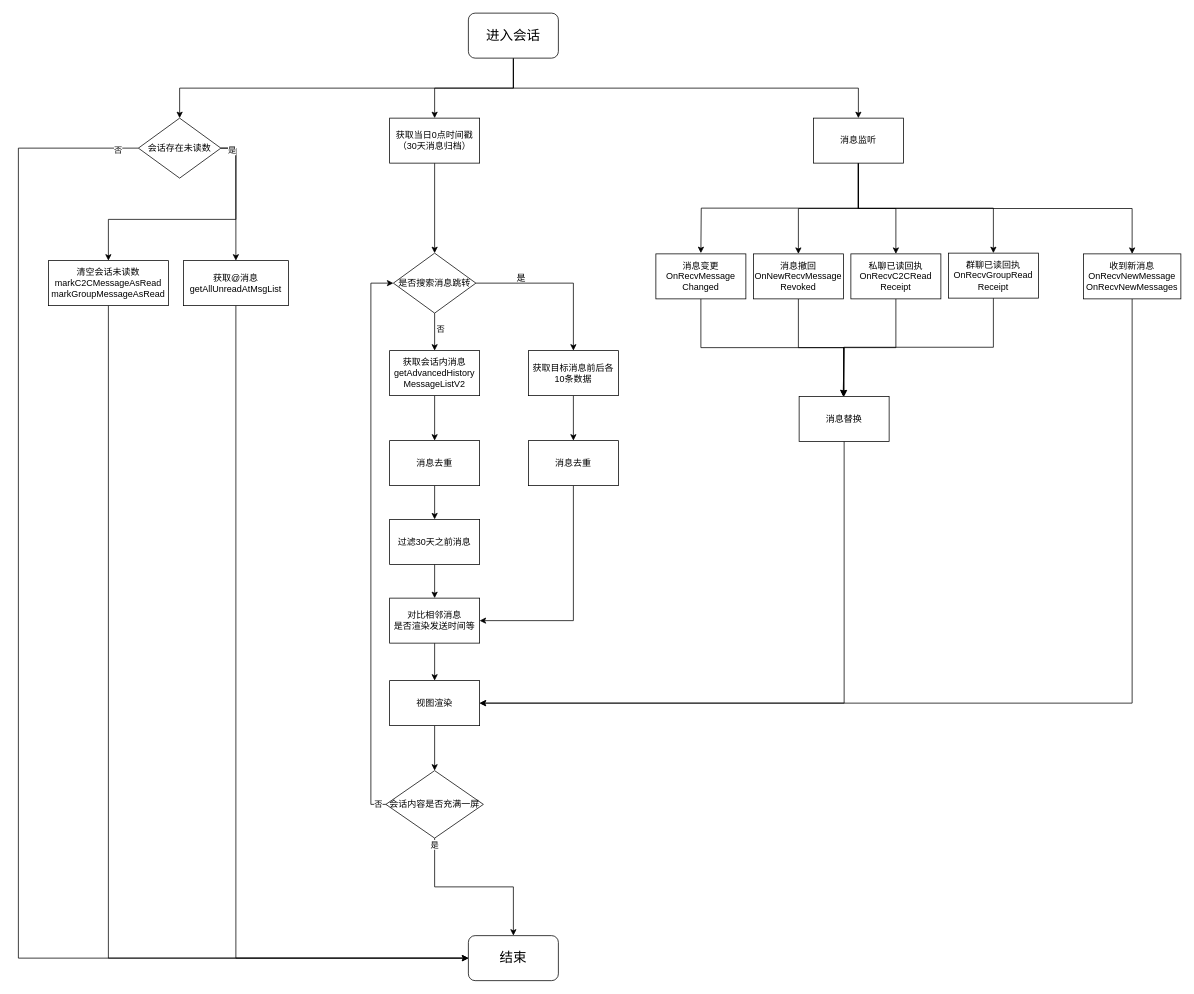
grguang/Hamburg keeps this draw.io diagram as src/Im首屏消息.drawio. Above is the earlier version. Source tidied: cells renumbered, new cells numbered last; positions are measured from the earlier drawing's top-left corner, leaving out a move shared by most shapes. Both pictures are drawn from the tidied source at 75%, with x=0, y=0 at pixel (18, 13).
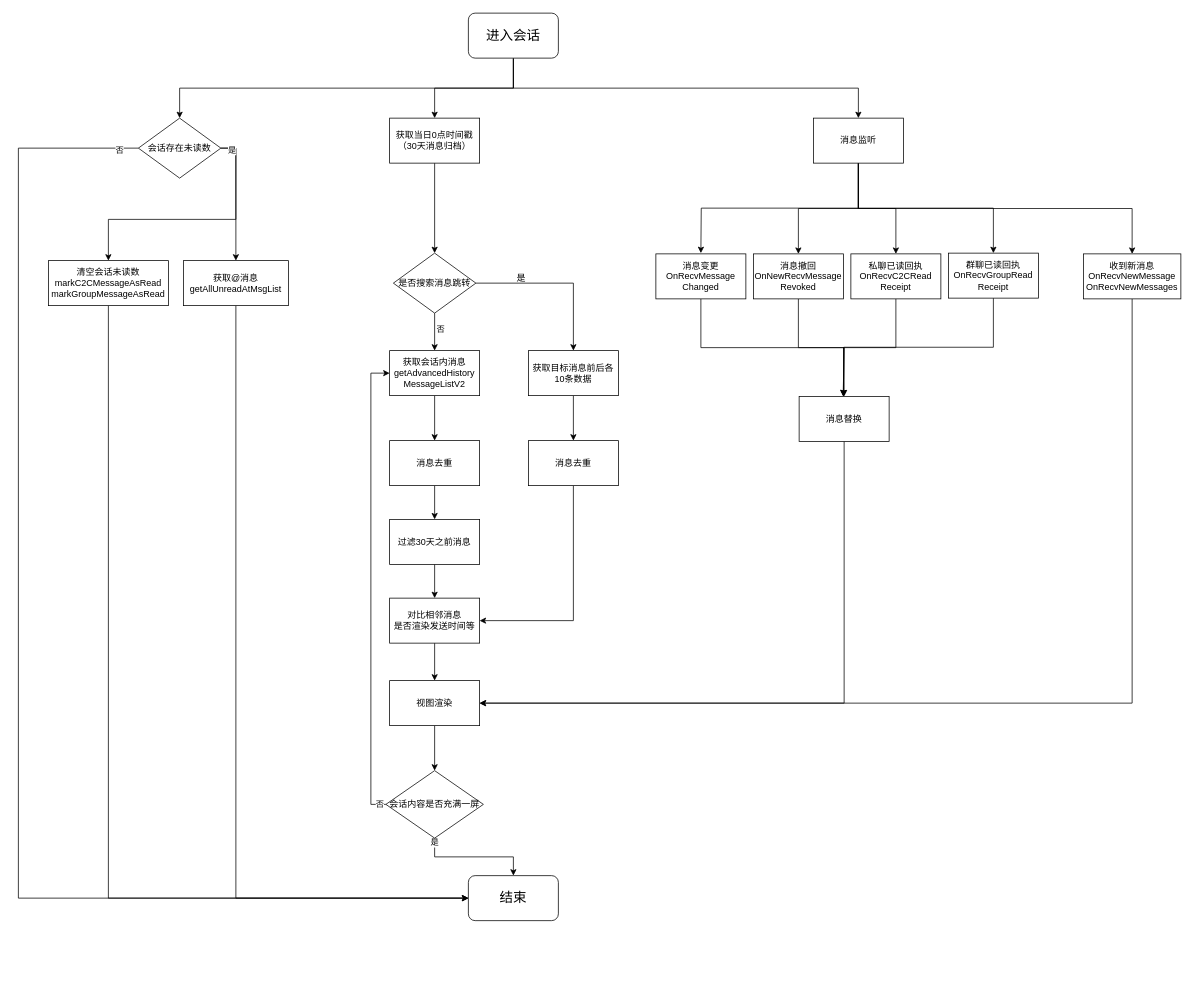
The same page after the edit.

Commit message (it also covers changes not shown here):
更新Im首屏消息.drawio

Unchanged cells that the change refers to:
```xml
<mxCell id="5" value="获取会话内消息&lt;br&gt;getAdvancedHistory&lt;br&gt;MessageListV2" style="rounded=0;whiteSpace=wrap;html=1;" parent="1" vertex="1">
  <mxGeometry x="495" y="450" width="120" height="60" as="geometry" />
</mxCell>
<mxCell id="17" value="会话存在未读数" style="rhombus;whiteSpace=wrap;html=1;" parent="1" vertex="1">
  <mxGeometry x="160" y="140" width="110" height="80" as="geometry" />
</mxCell>
<mxCell id="26" value="会话内容是否充满一屏" style="rhombus;whiteSpace=wrap;html=1;" parent="1" vertex="1">
  <mxGeometry x="490" y="1010" width="130" height="90" as="geometry" />
</mxCell>
<mxCell id="31" value="是否搜索消息跳转" style="rhombus;whiteSpace=wrap;html=1;" parent="1" vertex="1">
  <mxGeometry x="500" y="320" width="110" height="80" as="geometry" />
</mxCell>
```

Diff of the diagram source:
```diff
@@
     <mxCell id="15" style="edgeStyle=orthogonalEdgeStyle;rounded=0;jettySize=auto;html=1;exitX=0;exitY=0.5;exitDx=0;exitDy=0;entryX=0;entryY=0.5;entryDx=0;entryDy=0;" parent="1" edge="1" source="17" target="27">
       <mxGeometry relative="1" as="geometry">
         <Array as="points">
           <mxPoint y="180" />
-          <mxPoint y="1260" />
+          <mxPoint y="1180" />
         </Array>
       </mxGeometry>
     </mxCell>
@@
-    <mxCell id="24" style="edgeStyle=orthogonalEdgeStyle;rounded=0;jettySize=auto;html=1;exitX=0;exitY=0.5;exitDx=0;exitDy=0;entryX=0;entryY=0.5;entryDx=0;entryDy=0;" parent="1" edge="1" source="26" target="31">
+    <mxCell id="24" style="edgeStyle=orthogonalEdgeStyle;rounded=0;jettySize=auto;html=1;exitX=0;exitY=0.5;exitDx=0;exitDy=0;entryX=0;entryY=0.5;entryDx=0;entryDy=0;" parent="1" edge="1" source="26" target="5">
       <mxGeometry relative="1" as="geometry" />
     </mxCell>
@@
     <mxCell id="27" value="&lt;font style=&quot;font-size: 18px;&quot;&gt;结束&lt;/font&gt;" style="rounded=1;whiteSpace=wrap;html=1;" parent="1" vertex="1">
-      <mxGeometry x="600" y="1230" width="120" height="60" as="geometry" />
+      <mxGeometry x="600" y="1150" width="120" height="60" as="geometry" />
     </mxCell>
```
